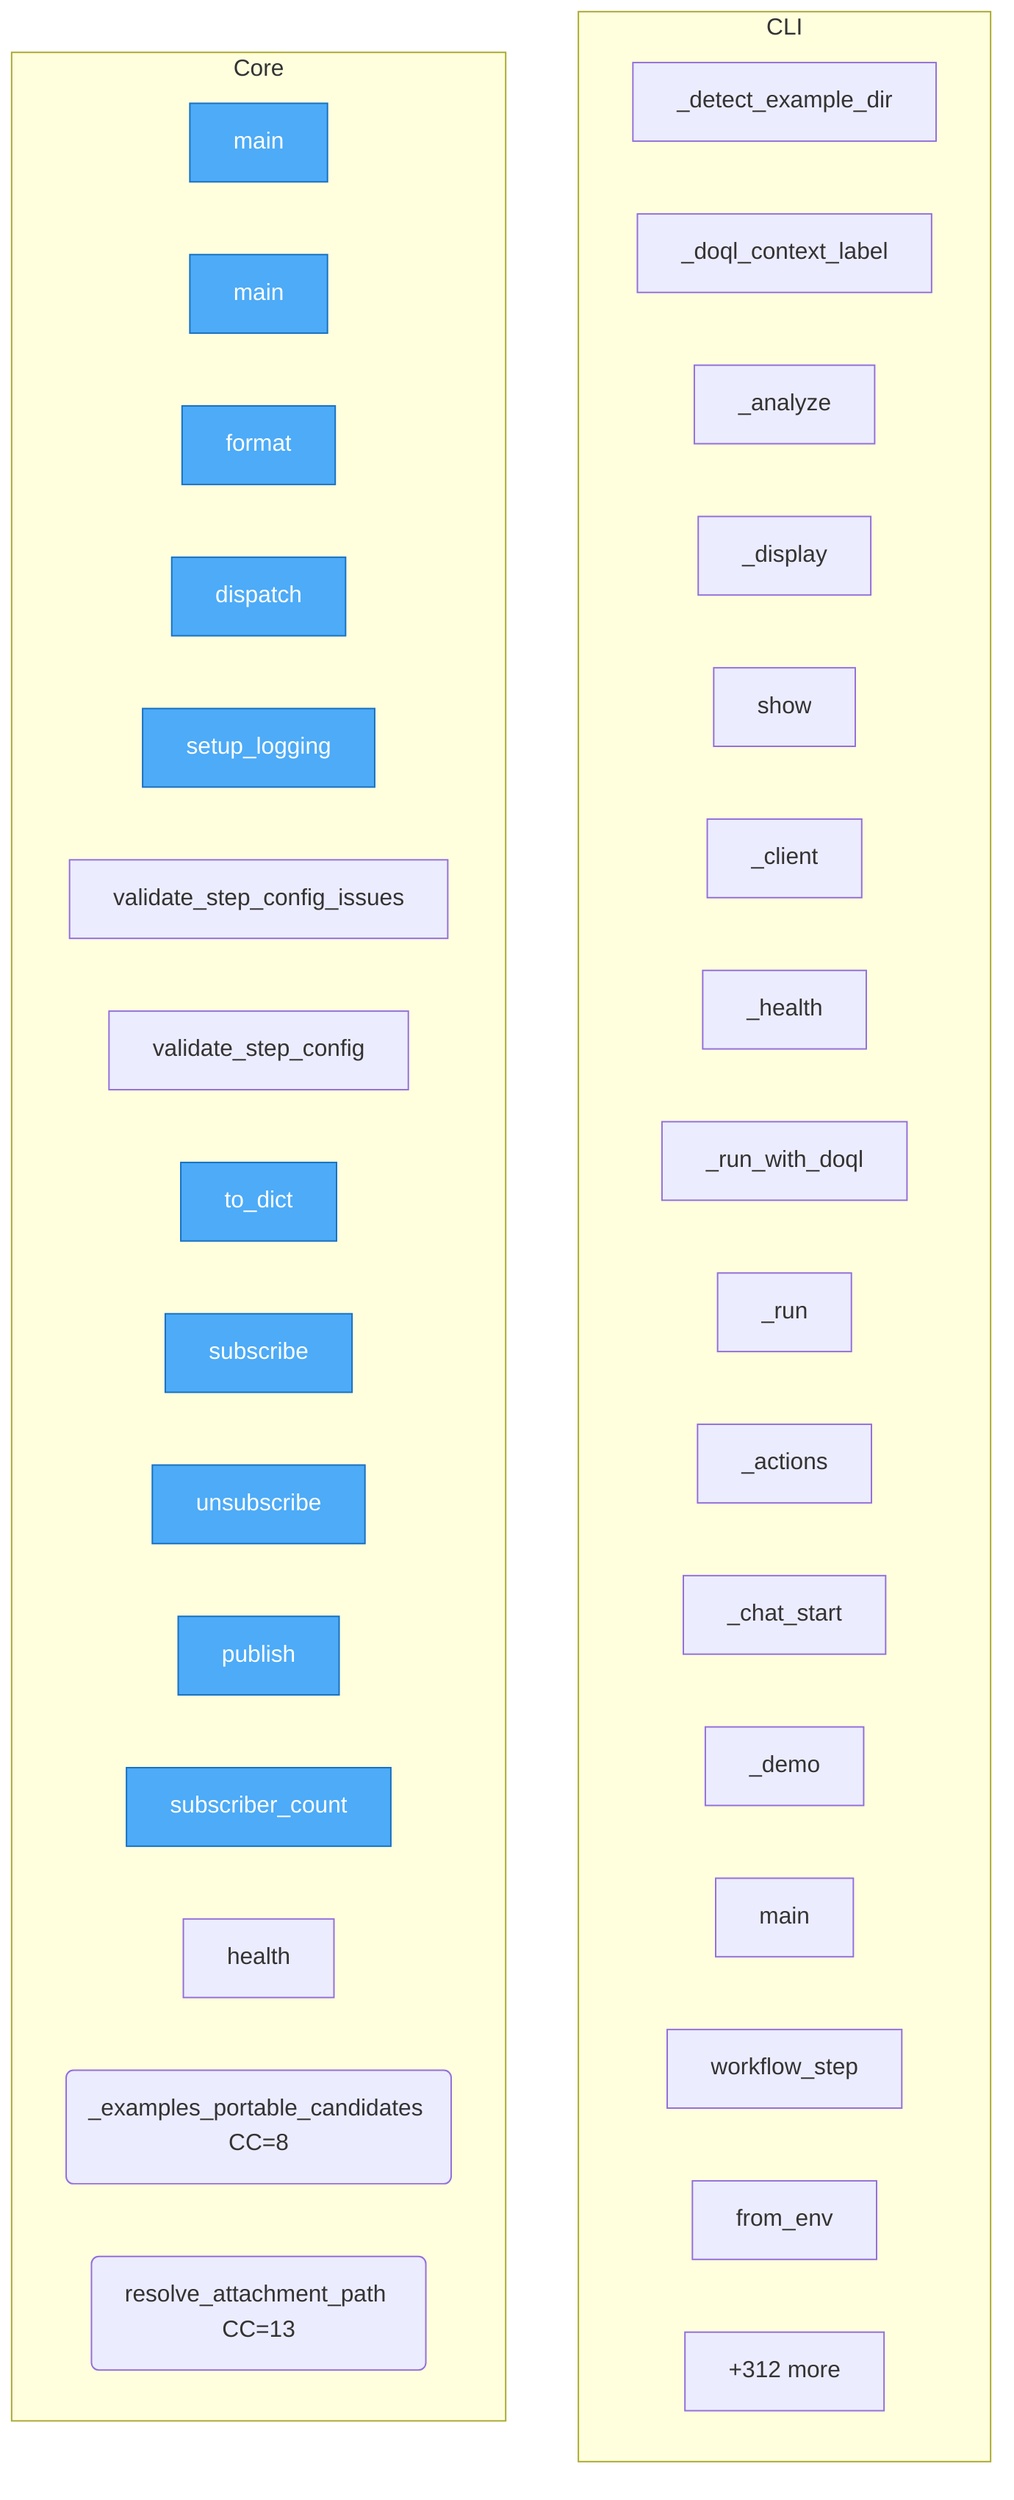
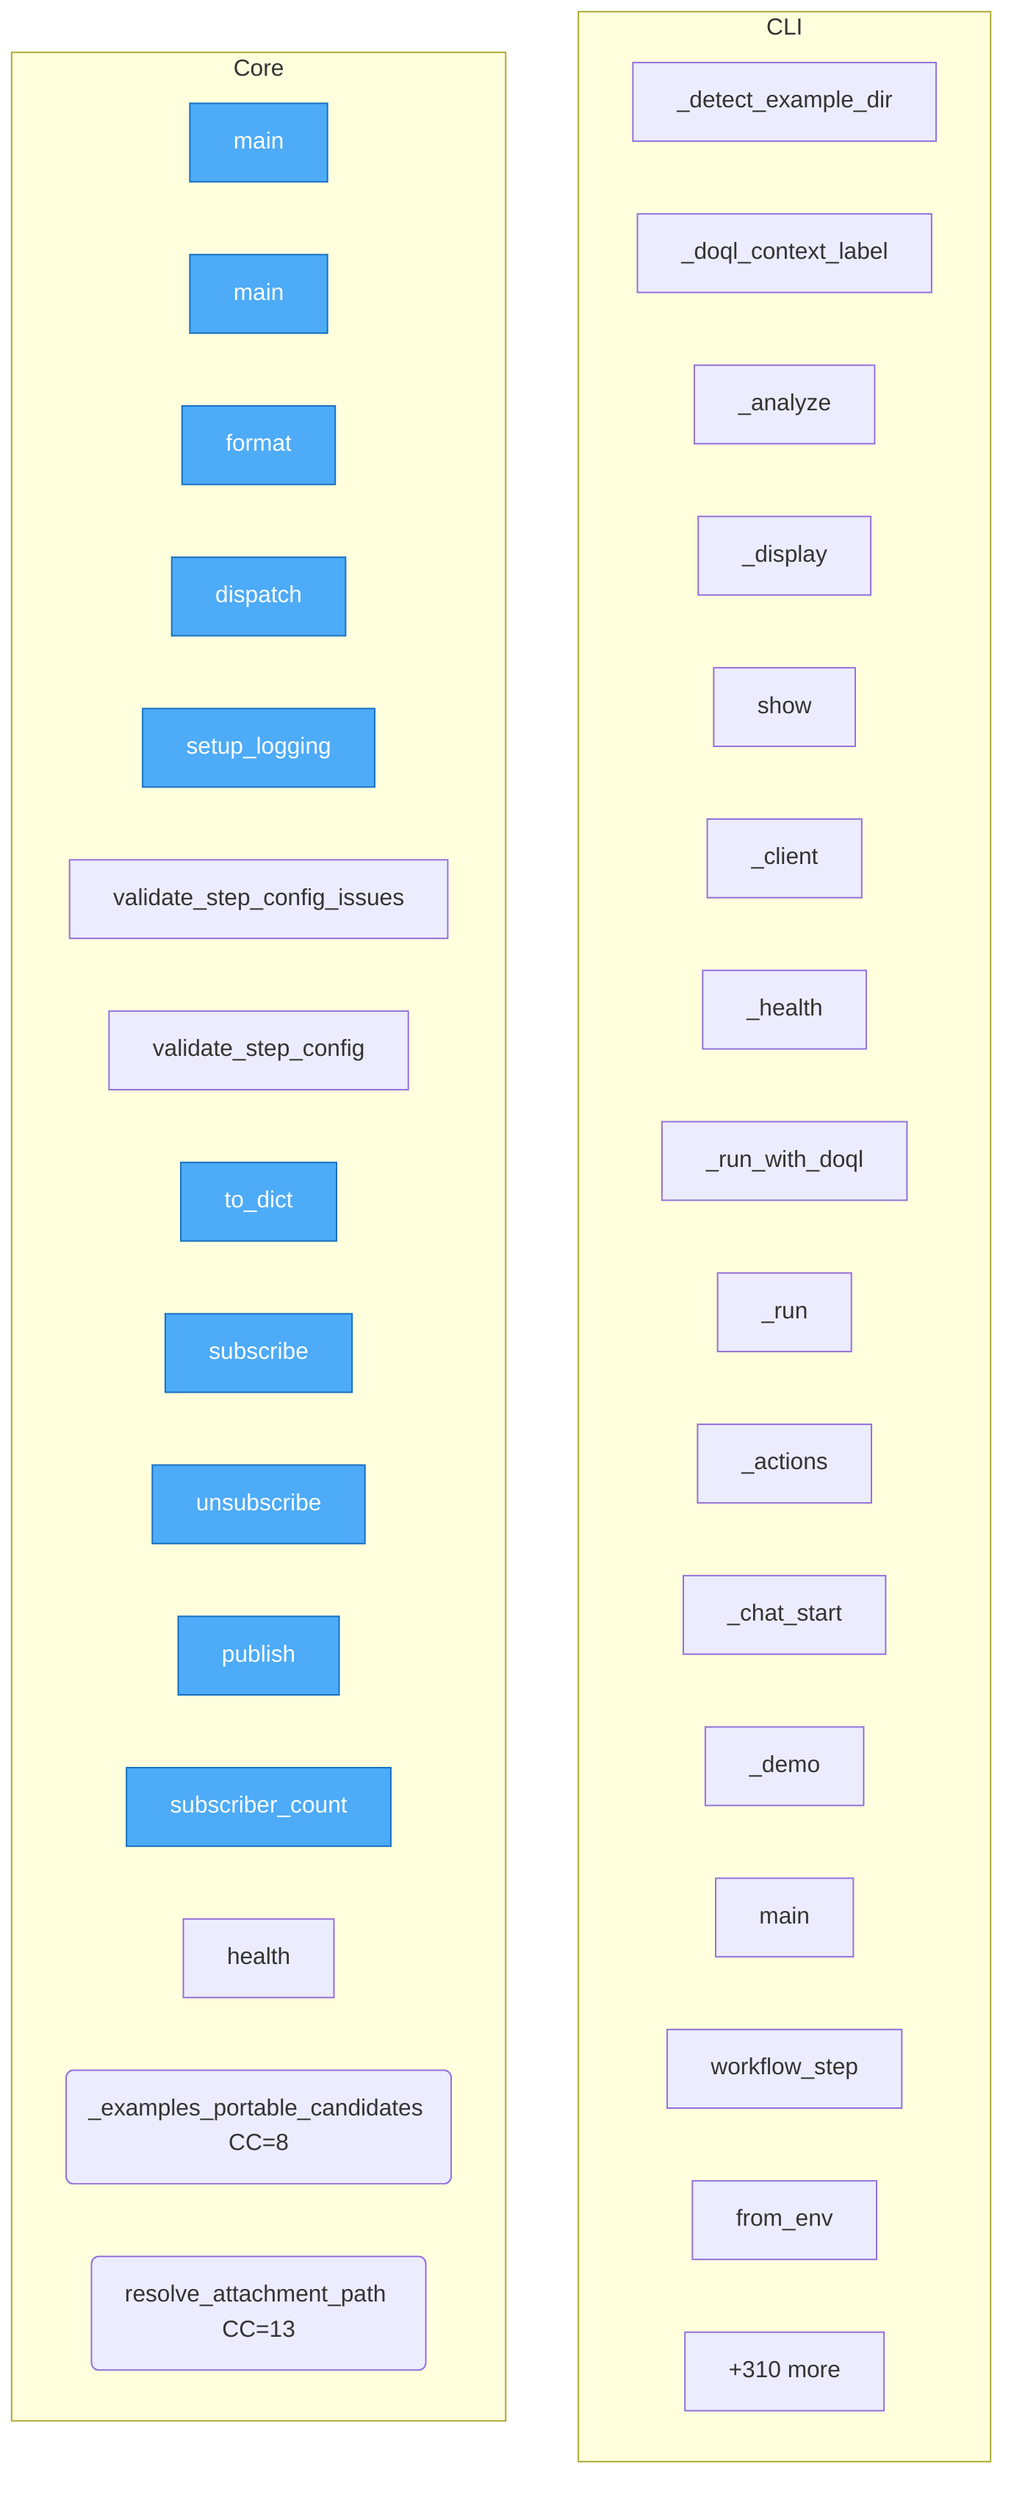
flowchart TD
- %% generated in 0.05s
+ %% generated in 0.08s

    %% Entry points (blue)
    classDef entry fill:#4dabf7,stroke:#1971c2,color:#fff

    subgraph CLI
        nlp2dsl_sdk__cli___detect_example_dir["_detect_example_dir"]
        nlp2dsl_sdk__cli___doql_context_label["_doql_context_label"]
        nlp2dsl_sdk__cli___analyze["_analyze"]
        nlp2dsl_sdk__cli___display["_display"]
        nlp2dsl_sdk__cli__show["show"]
        nlp2dsl_sdk__cli___client["_client"]
        nlp2dsl_sdk__cli___health["_health"]
        nlp2dsl_sdk__cli___run_with_doql["_run_with_doql"]
        nlp2dsl_sdk__cli___run["_run"]
        nlp2dsl_sdk__cli___actions["_actions"]
        nlp2dsl_sdk__cli___chat_start["_chat_start"]
        nlp2dsl_sdk__cli___demo["_demo"]
        nlp2dsl_sdk__cli__main["main"]
        nlp2dsl_sdk__client__workflow_step["workflow_step"]
        nlp2dsl_sdk__client__NLP2DSLClient__from_env["from_env"]
        ...["+56 more"]
    end

    subgraph Core
        tauri_wrapper__src_tauri__build__main["main"]
        tauri_wrapper__src_tauri__src__main__main["main"]
        backend__app__logging_setup__JSONFormatter__format["format"]
        backend__app__logging_setup__RequestIDMiddleware__dispatch["dispatch"]
        backend__app__logging_setup__setup_logging["setup_logging"]
        backend__app__step_validator__validate_step_config_issues["validate_step_config_issues"]
        backend__app__step_validator__validate_step_config["validate_step_config"]
        backend__app__workflow_events__WorkflowEvent__to_dict["to_dict"]
        backend__app__workflow_events__WorkflowEventHub__subscribe["subscribe"]
        backend__app__workflow_events__WorkflowEventHub__unsubscribe["unsubscribe"]
        backend__app__workflow_events__WorkflowEventHub__publish["publish"]
        backend__app__workflow_events__WorkflowEventHub__subscriber_count["subscriber_count"]
        backend__app__main__health["health"]
        backend__app__path_resolve___examples_portable_candidates("_examples_portable_candidates CC=8")
        backend__app__path_resolve__resolve_attachment_path("resolve_attachment_path CC=13")
-         ...["+312 more"]
+         ...["+310 more"]
    end

    class tauri_wrapper__src_tauri__build__main,tauri_wrapper__src_tauri__src__main__main,backend__app__logging_setup__JSONFormatter__format,backend__app__logging_setup__RequestIDMiddleware__dispatch,backend__app__logging_setup__setup_logging,backend__app__workflow_events__WorkflowEvent__to_dict,backend__app__workflow_events__WorkflowEventHub__subscribe,backend__app__workflow_events__WorkflowEventHub__unsubscribe,backend__app__workflow_events__WorkflowEventHub__publish,backend__app__workflow_events__WorkflowEventHub__subscriber_count entry
